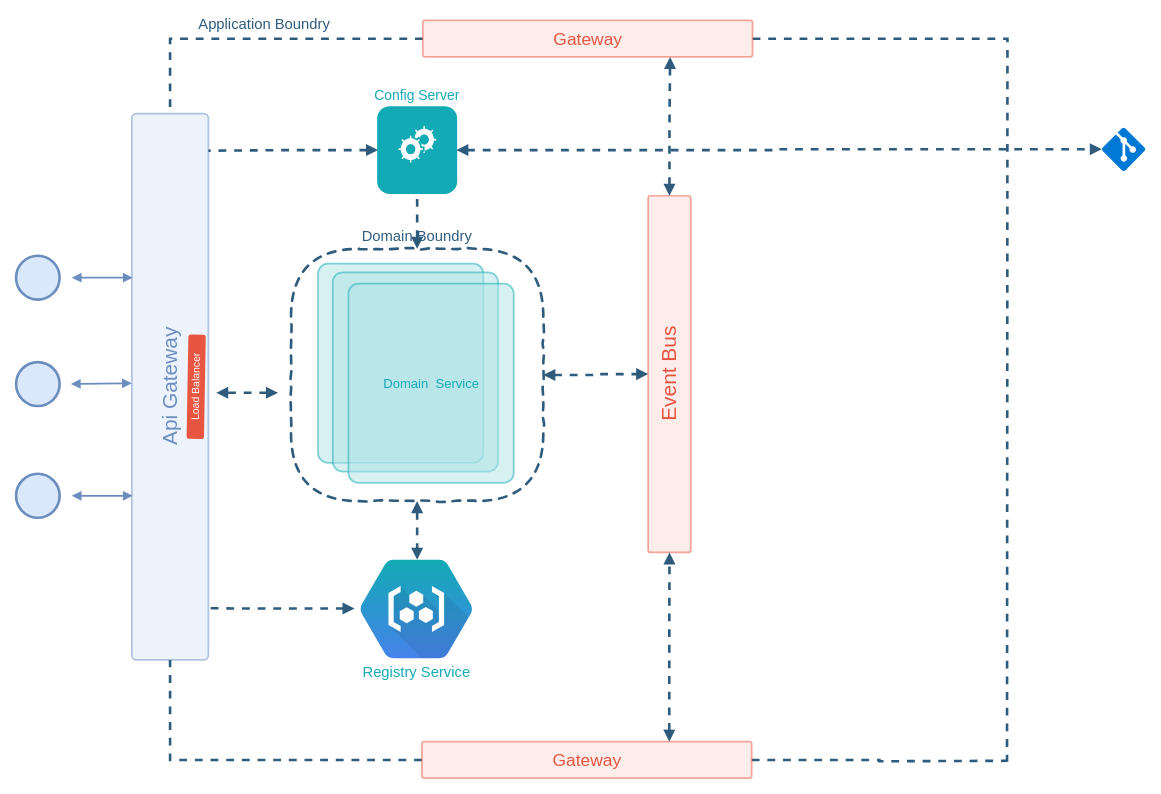
Above: event-driven-architecture/application-components.drawio in jinternals/architecture-design (draw.io), before the change. Source tidied: cells renumbered, new cells numbered last; positions are measured from the earlier drawing's top-left corner, leaving out a move shared by most shapes. Both pictures are drawn from the tidied source at 87%, with x=0, y=0 at pixel (-104, -126).
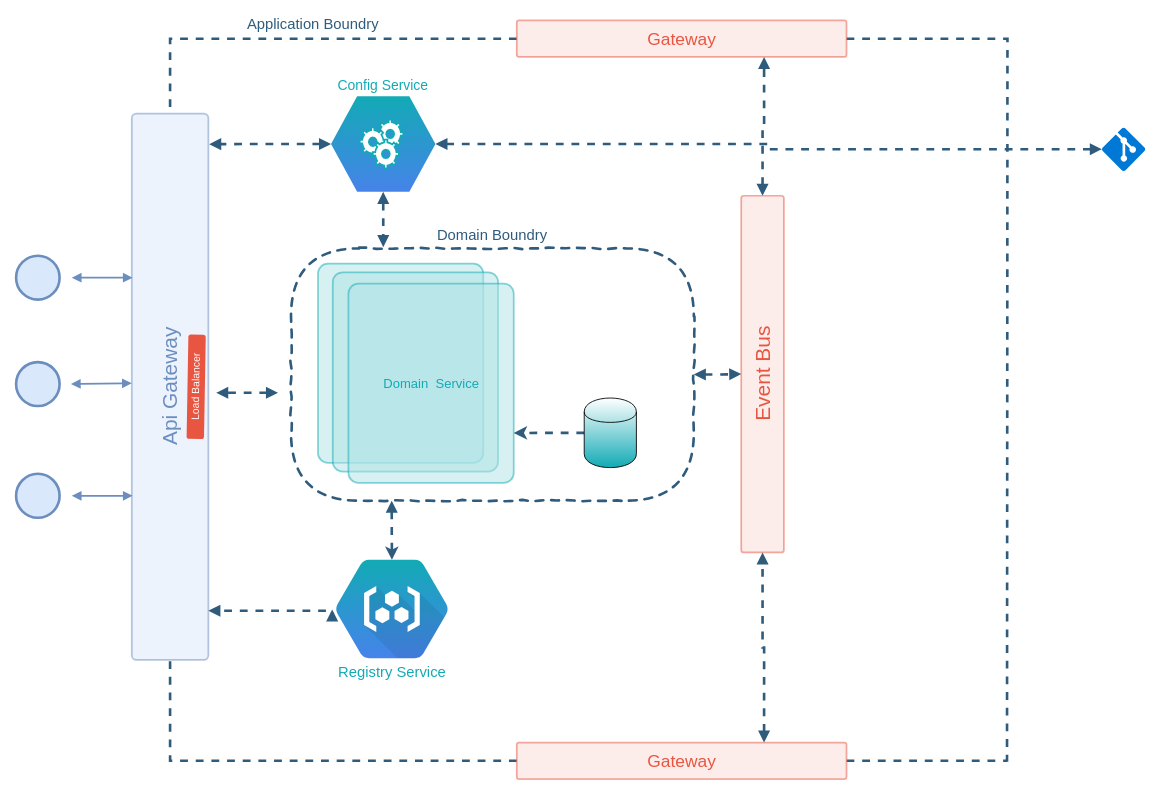
The same diagram, later.

The change refers to these unchanged cells:
```xml
<mxCell id="2" value="&lt;font style=&quot;font-size: 24px&quot; color=&quot;#6c8ebf&quot;&gt;Api Gateway&lt;/font&gt;" style="rounded=1;fillColor=#DAE8FC;strokeWidth=2;html=1;strokeColor=#6C8EBF;arcSize=6;opacity=50;rotation=-90;" parent="1" vertex="1">
  <mxGeometry y="545" width="628" height="88" as="geometry" />
</mxCell>
<mxCell id="11" value="&lt;font style=&quot;font-size: 15px&quot; color=&quot;#12aab5&quot;&gt;Domain&amp;nbsp; Service&lt;/font&gt;" style="rounded=1;fillColor=#B0E3E6;strokeWidth=2;html=1;strokeColor=#12AAB5;arcSize=6;opacity=50;verticalAlign=middle;" parent="1" vertex="1">
  <mxGeometry x="519" y="470.5" width="190" height="229" as="geometry" />
</mxCell>
<mxCell id="28" style="shadow=0;dashed=0;html=1;strokeColor=none;fillColor=#0079D6;labelPosition=center;verticalLabelPosition=bottom;verticalAlign=top;align=center;shape=mxgraph.azure.git_repository;fontColor=#0066CC;" parent="1" vertex="1">
  <mxGeometry x="1385" y="291" width="50" height="50" as="geometry" />
</mxCell>
```

What changed in the source:
```diff
@@
+    <mxCell id="38" style="edgeStyle=orthogonalEdgeStyle;rounded=0;jettySize=auto;html=1;exitX=0.25;exitY=1;exitDx=0;exitDy=0;dashed=1;strokeColor=#2F5B7C;strokeWidth=3;startArrow=block;startFill=1;" parent="1" edge="1" source="15" target="36">
+      <mxGeometry relative="1" as="geometry" />
+    </mxCell>
+    <mxCell id="15" value="&lt;font color=&quot;#2f5b7c&quot; style=&quot;font-size: 17px&quot;&gt;Domain Boundry&lt;/font&gt;" style="rounded=1;whiteSpace=wrap;html=1;labelBackgroundColor=none;glass=1;gradientColor=#ffffff;fillColor=none;arcSize=27;dashed=1;strokeColor=#2F5B7C;strokeWidth=3;perimeterSpacing=0;shadow=0;comic=1;verticalAlign=top;spacingBottom=0;spacing=-29;" parent="1" vertex="1">
+      <mxGeometry x="453" y="430" width="463" height="290" as="geometry" />
+    </mxCell>
@@
     <mxCell id="4" value="&lt;font style=&quot;font-size: 24px&quot; color=&quot;#e85642&quot;&gt;Event Bus&lt;/font&gt;" style="rounded=1;fillColor=#FAD9D5;strokeWidth=2;html=1;strokeColor=#E85642;arcSize=6;opacity=50;rotation=-90;" parent="1" vertex="1">
-      <mxGeometry x="683" y="550" width="410" height="49" as="geometry" />
+      <mxGeometry x="790" y="550" width="410" height="49" as="geometry" />
     </mxCell>
@@
     <mxCell id="8" value="&lt;font color=&quot;#e85642&quot; style=&quot;font-size: 20px;&quot;&gt;Gateway&lt;/font&gt;" style="rounded=1;fillColor=#fad9d5;strokeWidth=2;html=1;strokeColor=#E85642;arcSize=6;opacity=50;verticalAlign=middle;horizontal=0;fontSize=20;rotation=90;" parent="1" vertex="1">
-      <mxGeometry x="772" y="828.5" width="42" height="379" as="geometry" />
+      <mxGeometry x="881" y="829.5" width="42" height="379" as="geometry" />
     </mxCell>
@@
-    <mxCell id="12" style="edgeStyle=orthogonalEdgeStyle;rounded=0;jettySize=auto;html=1;exitX=0.5;exitY=0;exitDx=0;exitDy=0;entryX=0.5;entryY=1;entryDx=0;entryDy=0;dashed=1;startArrow=block;startFill=1;endArrow=none;endFill=0;strokeColor=#2F5B7C;strokeWidth=3;fontSize=17;fontColor=#12AAB5;" parent="1" edge="1" source="15" target="31">
-      <mxGeometry relative="1" as="geometry" />
-    </mxCell>
@@
-    <mxCell id="14" style="edgeStyle=orthogonalEdgeStyle;rounded=0;jettySize=auto;html=1;exitX=0.5;exitY=1;exitDx=0;exitDy=0;entryX=0.5;entryY=0;entryDx=0;entryDy=0;dashed=1;startArrow=block;startFill=1;endArrow=block;endFill=1;strokeColor=#2F5B7C;strokeWidth=3;fontSize=17;fontColor=#12AAB5;" parent="1" edge="1" source="15">
-      <mxGeometry relative="1" as="geometry">
-        <mxPoint x="598" y="788" as="targetPoint" />
-      </mxGeometry>
-    </mxCell>
-    <mxCell id="15" value="&lt;font color=&quot;#2f5b7c&quot; style=&quot;font-size: 17px&quot;&gt;Domain Boundry&lt;/font&gt;" style="rounded=1;whiteSpace=wrap;html=1;labelBackgroundColor=none;glass=1;gradientColor=#ffffff;fillColor=none;arcSize=27;dashed=1;strokeColor=#2F5B7C;strokeWidth=3;perimeterSpacing=0;shadow=0;comic=1;verticalAlign=top;spacingBottom=0;spacing=-29;" parent="1" vertex="1">
-      <mxGeometry x="453" y="430.5" width="290" height="290" as="geometry" />
-    </mxCell>
@@
     <mxCell id="27" value="&lt;font color=&quot;#e85642&quot; style=&quot;font-size: 20px;&quot;&gt;Gateway&lt;/font&gt;" style="rounded=1;fillColor=#fad9d5;strokeWidth=2;html=1;strokeColor=#E85642;arcSize=6;opacity=50;verticalAlign=middle;horizontal=0;fontSize=20;rotation=90;" parent="1" vertex="1">
-      <mxGeometry x="773" y="-0.5" width="42" height="379" as="geometry" />
+      <mxGeometry x="881" y="-0.5" width="42" height="379" as="geometry" />
     </mxCell>
@@
-    <mxCell id="29" style="group;" parent="1" vertex="1">
-      <mxGeometry x="553" y="267.5" width="90" height="99" as="geometry" />
-    </mxCell>
-    <mxCell id="30" style="group;fillColor=#ffffff;" parent="29" vertex="1">
-      <mxGeometry width="90" height="99" as="geometry" />
-    </mxCell>
-    <mxCell id="31" value="&lt;font style=&quot;font-size: 16px&quot;&gt;Config Server&lt;/font&gt;" style="rounded=1;whiteSpace=wrap;html=1;fillColor=#12AAB5;verticalAlign=top;strokeColor=#12AAB5;strokeWidth=2;fontColor=#12AAB5;spacing=-28;" parent="29" vertex="1">
-      <mxGeometry width="90" height="99" as="geometry" />
-    </mxCell>
-    <mxCell id="32" style="html=1;verticalLabelPosition=bottom;align=center;labelBackgroundColor=#ffffff;verticalAlign=top;strokeWidth=2;strokeColor=#12AAB5;fillColor=#ffffff;shadow=0;dashed=0;shape=mxgraph.ios7.icons.settings;" parent="29" vertex="1">
-      <mxGeometry x="38" y="20.9" width="30" height="33" as="geometry" />
-    </mxCell>
-    <mxCell id="33" style="html=1;verticalLabelPosition=bottom;align=center;labelBackgroundColor=#ffffff;verticalAlign=top;strokeWidth=2;strokeColor=#12AAB5;fillColor=#ffffff;shadow=0;dashed=0;shape=mxgraph.ios7.icons.settings;" parent="29" vertex="1">
-      <mxGeometry x="22.5" y="31.9" width="30" height="33" as="geometry" />
-    </mxCell>
-    <mxCell id="34" style="edgeStyle=orthogonalEdgeStyle;rounded=0;jettySize=auto;html=1;exitX=0;exitY=0.5;exitDx=0;exitDy=0;entryX=0.932;entryY=1;entryDx=0;entryDy=0;entryPerimeter=0;dashed=1;startArrow=block;startFill=1;endArrow=none;endFill=0;strokeColor=#2F5B7C;strokeWidth=3;fontSize=17;fontColor=#12AAB5;" parent="1" edge="1" source="31" target="2">
+    <mxCell id="34" style="edgeStyle=orthogonalEdgeStyle;rounded=0;jettySize=auto;html=1;exitX=0;exitY=0.5;exitDx=0;exitDy=0;entryX=0.932;entryY=1;entryDx=0;entryDy=0;entryPerimeter=0;dashed=1;startArrow=block;startFill=1;endArrow=none;endFill=0;strokeColor=#2F5B7C;strokeWidth=3;fontSize=17;fontColor=#12AAB5;" parent="1" edge="1" target="2">
       <mxGeometry relative="1" as="geometry" />
     </mxCell>
-    <mxCell id="35" style="edgeStyle=orthogonalEdgeStyle;rounded=0;jettySize=auto;html=1;exitX=1;exitY=0.5;exitDx=0;exitDy=0;entryX=0;entryY=0.5;entryDx=0;entryDy=0;entryPerimeter=0;dashed=1;startArrow=block;startFill=1;endArrow=block;endFill=1;strokeColor=#2F5B7C;strokeWidth=3;fontSize=17;fontColor=#12AAB5;" parent="1" edge="1" source="31" target="28">
+    <mxCell id="35" style="edgeStyle=orthogonalEdgeStyle;rounded=0;jettySize=auto;html=1;exitX=1;exitY=0.5;exitDx=0;exitDy=0;entryX=0;entryY=0.5;entryDx=0;entryDy=0;entryPerimeter=0;dashed=1;startArrow=block;startFill=1;endArrow=block;endFill=1;strokeColor=#2F5B7C;strokeWidth=3;fontSize=17;fontColor=#12AAB5;" parent="1" edge="1" target="28">
       <mxGeometry relative="1" as="geometry" />
     </mxCell>
     <mxCell id="36" value="Registry Service" style="shape=mxgraph.gcp.compute.container_registry;html=1;fillColor=#12AAB5;gradientColor=#4683EA;strokeColor=none;verticalLabelPosition=bottom;verticalAlign=top;align=center;fontSize=17;fontColor=#12AAB5;" parent="1" vertex="1">
-      <mxGeometry x="532.5" y="788" width="129" height="113" as="geometry" />
+      <mxGeometry x="504.5" y="788" width="129" height="113" as="geometry" />
     </mxCell>
-    <mxCell id="37" style="edgeStyle=orthogonalEdgeStyle;rounded=0;orthogonalLoop=1;jettySize=auto;html=1;entryX=0.932;entryY=1;entryDx=0;entryDy=0;entryPerimeter=0;dashed=1;startArrow=block;startFill=1;endArrow=none;endFill=0;strokeColor=#2F5B7C;strokeWidth=3;fontSize=17;fontColor=#12AAB5;" parent="1" edge="1">
+    <mxCell id="37" style="edgeStyle=orthogonalEdgeStyle;rounded=0;orthogonalLoop=1;jettySize=auto;html=1;entryX=0.932;entryY=1;entryDx=0;entryDy=0;entryPerimeter=0;dashed=1;startArrow=block;startFill=1;endArrow=block;endFill=1;strokeColor=#2F5B7C;strokeWidth=3;fontSize=17;fontColor=#12AAB5;exitX=-0.056;exitY=0.478;exitDx=0;exitDy=0;exitPerimeter=0;" parent="1" edge="1">
       <mxGeometry relative="1" as="geometry">
-        <mxPoint x="526" y="844" as="sourcePoint" />
-        <mxPoint x="355" y="843.5" as="targetPoint" />
+        <mxPoint x="500.3" y="845" as="sourcePoint" />
+        <mxPoint x="358" y="846.5" as="targetPoint" />
         <Array as="points">
-          <mxPoint x="396" y="844" />
-          <mxPoint x="396" y="844" />
+          <mxPoint x="500" y="847" />
         </Array>
       </mxGeometry>
     </mxCell>
+    <mxCell id="39" style="edgeStyle=orthogonalEdgeStyle;rounded=0;jettySize=auto;html=1;exitX=0.5;exitY=1;exitDx=0;exitDy=0;entryX=0.312;entryY=-0.014;entryDx=0;entryDy=0;entryPerimeter=0;strokeColor=#2F5B7C;strokeWidth=3;dashed=1;" parent="1" edge="1" target="15">
+      <mxGeometry relative="1" as="geometry" />
+    </mxCell>
+    <mxCell id="40" style="edgeStyle=orthogonalEdgeStyle;rounded=0;jettySize=auto;html=1;exitX=0;exitY=0.5;exitDx=0;exitDy=0;entryX=1;entryY=0.75;entryDx=0;entryDy=0;dashed=1;strokeColor=#2F5B7C;strokeWidth=3;" parent="1" edge="1" source="41" target="11">
+      <mxGeometry relative="1" as="geometry" />
+    </mxCell>
+    <mxCell id="41" style="shape=cylinder;whiteSpace=wrap;html=1;boundedLbl=1;backgroundOutline=1;gradientColor=#12AAB5;fillColor=#FFFFFF;" parent="1" vertex="1">
+      <mxGeometry x="790" y="602" width="60" height="80" as="geometry" />
+    </mxCell>
+    <mxCell id="42" style="group;verticalAlign=middle;fontColor=#12AAB5;" parent="1" vertex="1">
+      <mxGeometry x="499" y="255" width="120" height="110" as="geometry" />
+    </mxCell>
+    <mxCell id="43" value="&lt;font color=&quot;#12aab5&quot; style=&quot;font-size: 16px&quot;&gt;Config Service&lt;/font&gt;" style="shape=hexagon;html=1;whiteSpace=wrap;perimeter=hexagonPerimeter;strokeWidth=4;rounded=1;fillColor=#12AAB5;gradientColor=#4683EA;strokeColor=none;arcSize=0;verticalAlign=top;spacing=-26;" parent="42" vertex="1">
+      <mxGeometry width="120" height="110" as="geometry" />
+    </mxCell>
+    <mxCell id="32" style="html=1;verticalLabelPosition=bottom;align=center;labelBackgroundColor=#ffffff;verticalAlign=top;strokeWidth=2;strokeColor=#12AAB5;fillColor=#ffffff;shadow=0;dashed=0;shape=mxgraph.ios7.icons.settings;" parent="42" vertex="1">
+      <mxGeometry x="53" y="26.9" width="30" height="33" as="geometry" />
+    </mxCell>
+    <mxCell id="33" style="html=1;verticalLabelPosition=bottom;align=center;labelBackgroundColor=#ffffff;verticalAlign=top;strokeWidth=2;strokeColor=#12AAB5;fillColor=#ffffff;shadow=0;dashed=0;shape=mxgraph.ios7.icons.settings;" parent="42" vertex="1">
+      <mxGeometry x="33" y="35.9" width="30" height="33" as="geometry" />
+    </mxCell>
+    <mxCell id="44" style="html=1;verticalLabelPosition=bottom;align=center;labelBackgroundColor=#ffffff;verticalAlign=top;strokeWidth=2;strokeColor=#12AAB5;fillColor=#ffffff;shadow=0;dashed=0;shape=mxgraph.ios7.icons.settings;" parent="42" vertex="1">
+      <mxGeometry x="48" y="49.9" width="30" height="33" as="geometry" />
+    </mxCell>
+    <mxCell id="45" style="edgeStyle=orthogonalEdgeStyle;rounded=0;jettySize=auto;html=1;exitX=0.5;exitY=1;exitDx=0;exitDy=0;entryX=0.229;entryY=-0.005;entryDx=0;entryDy=0;entryPerimeter=0;dashed=1;startArrow=block;startFill=1;endArrow=block;endFill=1;strokeColor=#2F5B7C;strokeWidth=3;fontColor=#12AAB5;" parent="1" edge="1" source="43" target="15">
+      <mxGeometry relative="1" as="geometry" />
+    </mxCell>
+    <mxCell id="46" style="edgeStyle=orthogonalEdgeStyle;rounded=0;jettySize=auto;html=1;exitX=0;exitY=0.5;exitDx=0;exitDy=0;entryX=0.944;entryY=1.011;entryDx=0;entryDy=0;entryPerimeter=0;dashed=1;startArrow=block;startFill=1;endArrow=block;endFill=1;strokeColor=#2F5B7C;strokeWidth=3;fontColor=#12AAB5;" parent="1" edge="1" source="43" target="2">
+      <mxGeometry relative="1" as="geometry" />
+    </mxCell>
+    <mxCell id="47" style="edgeStyle=orthogonalEdgeStyle;rounded=0;jettySize=auto;html=1;exitX=1;exitY=0.5;exitDx=0;exitDy=0;entryX=0;entryY=0.5;entryDx=0;entryDy=0;entryPerimeter=0;dashed=1;startArrow=block;startFill=1;endArrow=block;endFill=1;strokeColor=#2F5B7C;strokeWidth=3;fontColor=#12AAB5;" parent="1" edge="1" source="43" target="28">
+      <mxGeometry relative="1" as="geometry" />
+    </mxCell>
```
